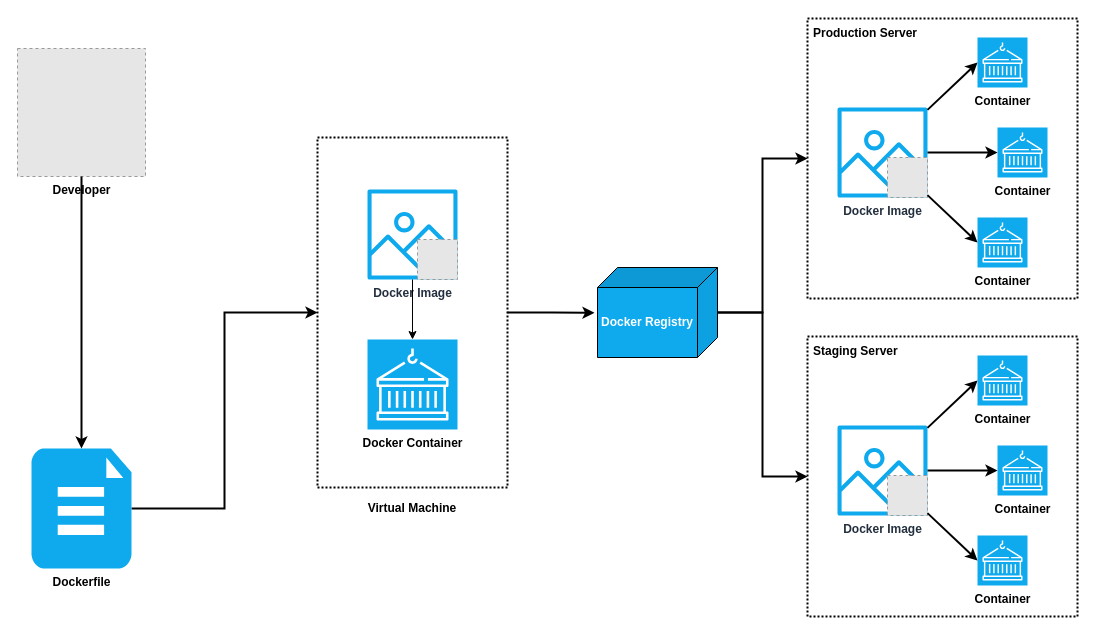
Before: dockerworkflow.drawio in sbmagar13/drawio_diagrams, a draw.io diagram. Source tidied: cells renumbered, new cells numbered last; positions are measured from the earlier drawing's top-left corner, leaving out a move shared by most shapes. Both pictures are drawn from the tidied source at 100%, with x=0, y=0 at pixel (17, 18). Pictures stored in the file or linked from it are replaced by grey dashed boxes.
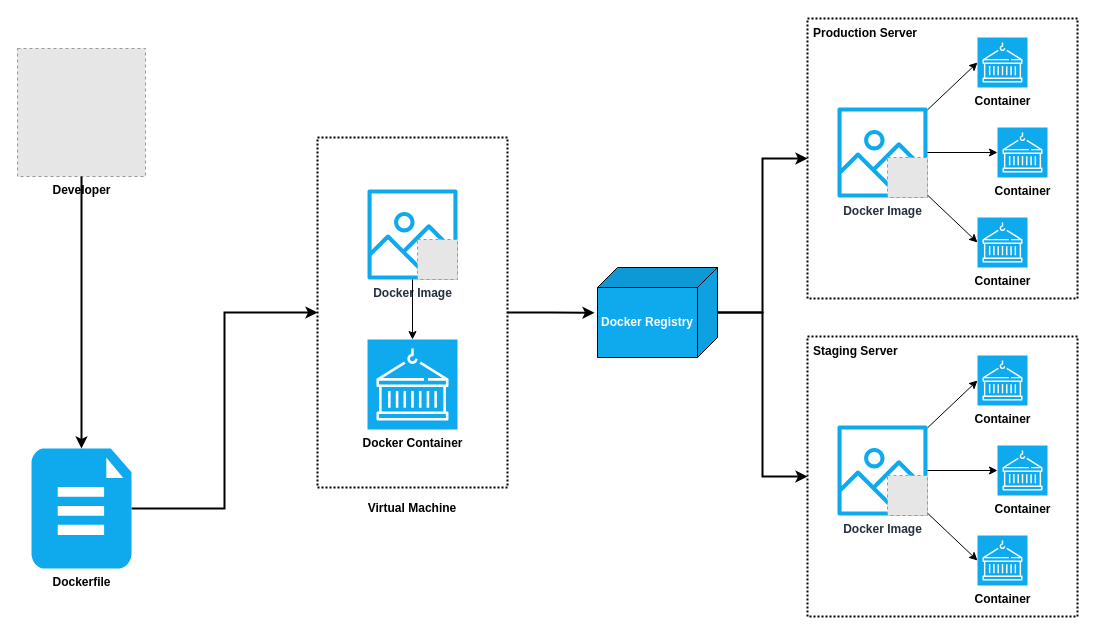
The same diagram, later.

Unchanged cells that the change refers to:
```xml
<mxCell id="5" value="Docker Container" style="sketch=0;points=[[0,0,0],[0.25,0,0],[0.5,0,0],[0.75,0,0],[1,0,0],[0,1,0],[0.25,1,0],[0.5,1,0],[0.75,1,0],[1,1,0],[0,0.25,0],[0,0.5,0],[0,0.75,0],[1,0.25,0],[1,0.5,0],[1,0.75,0]];outlineConnect=0;fontColor=#000000;fillColor=#0EAAED;strokeColor=#ffffff;dashed=0;verticalLabelPosition=bottom;verticalAlign=top;align=center;html=1;fontSize=12;fontStyle=1;shape=mxgraph.aws4.resourceIcon;resIcon=mxgraph.aws4.containers;" parent="1" vertex="1">
  <mxGeometry x="350" y="321" width="90" height="90" as="geometry" />
</mxCell>
<mxCell id="6" value="Docker Image" style="sketch=0;outlineConnect=0;fontColor=#232F3E;gradientColor=none;fillColor=#0EAAED;strokeColor=none;dashed=0;verticalLabelPosition=bottom;verticalAlign=top;align=center;html=1;fontSize=12;fontStyle=1;shape=mxgraph.aws4.container_registry_image;" parent="1" vertex="1">
  <mxGeometry x="350" y="171" width="90" height="90" as="geometry" />
</mxCell>
<mxCell id="12" value="Container" style="sketch=0;points=[[0,0,0],[0.25,0,0],[0.5,0,0],[0.75,0,0],[1,0,0],[0,1,0],[0.25,1,0],[0.5,1,0],[0.75,1,0],[1,1,0],[0,0.25,0],[0,0.5,0],[0,0.75,0],[1,0.25,0],[1,0.5,0],[1,0.75,0]];outlineConnect=0;fontColor=#000000;fillColor=#0EAAED;strokeColor=#ffffff;dashed=0;verticalLabelPosition=bottom;verticalAlign=top;align=center;html=1;fontSize=12;fontStyle=1;shape=mxgraph.aws4.resourceIcon;resIcon=mxgraph.aws4.containers;" parent="1" vertex="1">
  <mxGeometry x="960" y="199" width="50" height="50" as="geometry" />
</mxCell>
<mxCell id="13" value="Docker Image" style="sketch=0;outlineConnect=0;fontColor=#232F3E;gradientColor=none;fillColor=#0EAAED;strokeColor=none;dashed=0;verticalLabelPosition=bottom;verticalAlign=top;align=center;html=1;fontSize=12;fontStyle=1;shape=mxgraph.aws4.container_registry_image;" parent="1" vertex="1">
  <mxGeometry x="820" y="89" width="90" height="90" as="geometry" />
</mxCell>
<mxCell id="16" value="Container" style="sketch=0;points=[[0,0,0],[0.25,0,0],[0.5,0,0],[0.75,0,0],[1,0,0],[0,1,0],[0.25,1,0],[0.5,1,0],[0.75,1,0],[1,1,0],[0,0.25,0],[0,0.5,0],[0,0.75,0],[1,0.25,0],[1,0.5,0],[1,0.75,0]];outlineConnect=0;fontColor=#000000;fillColor=#0EAAED;strokeColor=#ffffff;dashed=0;verticalLabelPosition=bottom;verticalAlign=top;align=center;html=1;fontSize=12;fontStyle=1;shape=mxgraph.aws4.resourceIcon;resIcon=mxgraph.aws4.containers;" parent="1" vertex="1">
  <mxGeometry x="980" y="109" width="50" height="50" as="geometry" />
</mxCell>
<mxCell id="17" value="Container" style="sketch=0;points=[[0,0,0],[0.25,0,0],[0.5,0,0],[0.75,0,0],[1,0,0],[0,1,0],[0.25,1,0],[0.5,1,0],[0.75,1,0],[1,1,0],[0,0.25,0],[0,0.5,0],[0,0.75,0],[1,0.25,0],[1,0.5,0],[1,0.75,0]];outlineConnect=0;fontColor=#000000;fillColor=#0EAAED;strokeColor=#ffffff;dashed=0;verticalLabelPosition=bottom;verticalAlign=top;align=center;html=1;fontSize=12;fontStyle=1;shape=mxgraph.aws4.resourceIcon;resIcon=mxgraph.aws4.containers;" parent="1" vertex="1">
  <mxGeometry x="960" y="19" width="50" height="50" as="geometry" />
</mxCell>
<mxCell id="25" value="Container" style="sketch=0;points=[[0,0,0],[0.25,0,0],[0.5,0,0],[0.75,0,0],[1,0,0],[0,1,0],[0.25,1,0],[0.5,1,0],[0.75,1,0],[1,1,0],[0,0.25,0],[0,0.5,0],[0,0.75,0],[1,0.25,0],[1,0.5,0],[1,0.75,0]];outlineConnect=0;fontColor=#000000;fillColor=#0EAAED;strokeColor=#ffffff;dashed=0;verticalLabelPosition=bottom;verticalAlign=top;align=center;html=1;fontSize=12;fontStyle=1;shape=mxgraph.aws4.resourceIcon;resIcon=mxgraph.aws4.containers;" parent="1" vertex="1">
  <mxGeometry x="960" y="517" width="50" height="50" as="geometry" />
</mxCell>
<mxCell id="26" value="Docker Image" style="sketch=0;outlineConnect=0;fontColor=#232F3E;gradientColor=none;fillColor=#0EAAED;strokeColor=none;dashed=0;verticalLabelPosition=bottom;verticalAlign=top;align=center;html=1;fontSize=12;fontStyle=1;shape=mxgraph.aws4.container_registry_image;" parent="1" vertex="1">
  <mxGeometry x="820" y="407" width="90" height="90" as="geometry" />
</mxCell>
<mxCell id="29" value="Container" style="sketch=0;points=[[0,0,0],[0.25,0,0],[0.5,0,0],[0.75,0,0],[1,0,0],[0,1,0],[0.25,1,0],[0.5,1,0],[0.75,1,0],[1,1,0],[0,0.25,0],[0,0.5,0],[0,0.75,0],[1,0.25,0],[1,0.5,0],[1,0.75,0]];outlineConnect=0;fontColor=#000000;fillColor=#0EAAED;strokeColor=#ffffff;dashed=0;verticalLabelPosition=bottom;verticalAlign=top;align=center;html=1;fontSize=12;fontStyle=1;shape=mxgraph.aws4.resourceIcon;resIcon=mxgraph.aws4.containers;" parent="1" vertex="1">
  <mxGeometry x="980" y="427" width="50" height="50" as="geometry" />
</mxCell>
<mxCell id="30" value="Container" style="sketch=0;points=[[0,0,0],[0.25,0,0],[0.5,0,0],[0.75,0,0],[1,0,0],[0,1,0],[0.25,1,0],[0.5,1,0],[0.75,1,0],[1,1,0],[0,0.25,0],[0,0.5,0],[0,0.75,0],[1,0.25,0],[1,0.5,0],[1,0.75,0]];outlineConnect=0;fontColor=#000000;fillColor=#0EAAED;strokeColor=#ffffff;dashed=0;verticalLabelPosition=bottom;verticalAlign=top;align=center;html=1;fontSize=12;fontStyle=1;shape=mxgraph.aws4.resourceIcon;resIcon=mxgraph.aws4.containers;" parent="1" vertex="1">
  <mxGeometry x="960" y="337" width="50" height="50" as="geometry" />
</mxCell>
```

What changed in the source:
```diff
@@
+    <mxCell id="21" style="rounded=0;whiteSpace=wrap;html=1;fillColor=none;dashed=1;strokeWidth=2;fontStyle=1;dashPattern=1 1;" parent="1" vertex="1">
+      <mxGeometry x="300" y="119" width="190" height="350" as="geometry" />
+    </mxCell>
+    <mxCell id="33" style="rounded=0;whiteSpace=wrap;html=1;fillColor=none;dashed=1;strokeWidth=2;fontStyle=1;dashPattern=1 1;" parent="1" vertex="1">
+      <mxGeometry x="790" y="318" width="270" height="280" as="geometry" />
+    </mxCell>
+    <mxCell id="23" style="rounded=0;whiteSpace=wrap;html=1;fillColor=none;dashed=1;strokeWidth=2;fontStyle=1;dashPattern=1 1;backgroundOutline=0;" parent="1" vertex="1">
+      <mxGeometry x="790" width="270" height="280" as="geometry" />
+    </mxCell>
@@
-    <mxCell id="11" style="edgeStyle=orthogonalEdgeStyle;rounded=0;jettySize=auto;html=1;entryX=0.5;entryY=0;entryDx=0;entryDy=0;entryPerimeter=0;fontStyle=1;" parent="1" edge="1" source="6" target="5">
+    <mxCell id="11" style="edgeStyle=orthogonalEdgeStyle;rounded=0;jettySize=auto;html=1;entryX=0.5;entryY=0;entryDx=0;entryDy=0;entryPerimeter=0;fontStyle=1;flowAnimation=1;" parent="1" edge="1" source="6" target="5">
       <mxGeometry relative="1" as="geometry" />
     </mxCell>
@@
-    <mxCell id="15" style="rounded=0;jettySize=auto;html=1;entryX=0;entryY=0.5;entryDx=0;entryDy=0;entryPerimeter=0;strokeWidth=2;fontStyle=1;" parent="1" edge="1" source="13" target="12">
+    <mxCell id="15" style="rounded=0;jettySize=auto;html=1;entryX=0;entryY=0.5;entryDx=0;entryDy=0;entryPerimeter=0;strokeWidth=1;fontStyle=1;flowAnimation=1;" parent="1" edge="1" source="13" target="12">
       <mxGeometry relative="1" as="geometry" />
     </mxCell>
@@
-    <mxCell id="18" style="rounded=0;jettySize=auto;html=1;entryX=0;entryY=0.5;entryDx=0;entryDy=0;entryPerimeter=0;strokeWidth=2;fontStyle=1;" parent="1" edge="1" source="13" target="16">
+    <mxCell id="18" style="rounded=0;jettySize=auto;html=1;entryX=0;entryY=0.5;entryDx=0;entryDy=0;entryPerimeter=0;strokeWidth=1;fontStyle=1;flowAnimation=1;" parent="1" edge="1" source="13" target="16">
       <mxGeometry relative="1" as="geometry" />
     </mxCell>
-    <mxCell id="19" style="rounded=0;jettySize=auto;html=1;entryX=0;entryY=0.5;entryDx=0;entryDy=0;entryPerimeter=0;strokeWidth=2;fontStyle=1;" parent="1" edge="1" source="13" target="17">
+    <mxCell id="19" style="rounded=0;jettySize=auto;html=1;entryX=0;entryY=0.5;entryDx=0;entryDy=0;entryPerimeter=0;strokeWidth=1;fontStyle=1;flowAnimation=1;" parent="1" edge="1" source="13" target="17">
       <mxGeometry relative="1" as="geometry" />
     </mxCell>
@@
-    <mxCell id="21" style="rounded=0;whiteSpace=wrap;html=1;fillColor=none;dashed=1;strokeWidth=2;fontStyle=1;dashPattern=1 1;" parent="1" vertex="1">
-      <mxGeometry x="300" y="119" width="190" height="350" as="geometry" />
-    </mxCell>
@@
-    <mxCell id="23" style="rounded=0;whiteSpace=wrap;html=1;fillColor=none;dashed=1;strokeWidth=2;fontStyle=1;dashPattern=1 1;" parent="1" vertex="1">
-      <mxGeometry x="790" width="270" height="280" as="geometry" />
-    </mxCell>
@@
-    <mxCell id="28" style="rounded=0;jettySize=auto;html=1;entryX=0;entryY=0.5;entryDx=0;entryDy=0;entryPerimeter=0;strokeWidth=2;fontStyle=1;" parent="1" edge="1" source="26" target="25">
+    <mxCell id="28" style="rounded=0;jettySize=auto;html=1;entryX=0;entryY=0.5;entryDx=0;entryDy=0;entryPerimeter=0;strokeWidth=1;fontStyle=1;flowAnimation=1;" parent="1" edge="1" source="26" target="25">
       <mxGeometry relative="1" as="geometry" />
     </mxCell>
@@
-    <mxCell id="31" style="rounded=0;jettySize=auto;html=1;entryX=0;entryY=0.5;entryDx=0;entryDy=0;entryPerimeter=0;strokeWidth=2;fontStyle=1;" parent="1" edge="1" source="26" target="29">
+    <mxCell id="31" style="rounded=0;jettySize=auto;html=1;entryX=0;entryY=0.5;entryDx=0;entryDy=0;entryPerimeter=0;strokeWidth=1;fontStyle=1;flowAnimation=1;" parent="1" edge="1" source="26" target="29">
       <mxGeometry relative="1" as="geometry" />
     </mxCell>
-    <mxCell id="32" style="rounded=0;jettySize=auto;html=1;entryX=0;entryY=0.5;entryDx=0;entryDy=0;entryPerimeter=0;strokeWidth=2;fontStyle=1;" parent="1" edge="1" source="26" target="30">
+    <mxCell id="32" style="rounded=0;jettySize=auto;html=1;entryX=0;entryY=0.5;entryDx=0;entryDy=0;entryPerimeter=0;strokeWidth=1;fontStyle=1;flowAnimation=1;" parent="1" edge="1" source="26" target="30">
       <mxGeometry relative="1" as="geometry" />
     </mxCell>
-    <mxCell id="33" style="rounded=0;whiteSpace=wrap;html=1;fillColor=none;dashed=1;strokeWidth=2;fontStyle=1;dashPattern=1 1;" parent="1" vertex="1">
-      <mxGeometry x="790" y="318" width="270" height="280" as="geometry" />
-    </mxCell>
```
